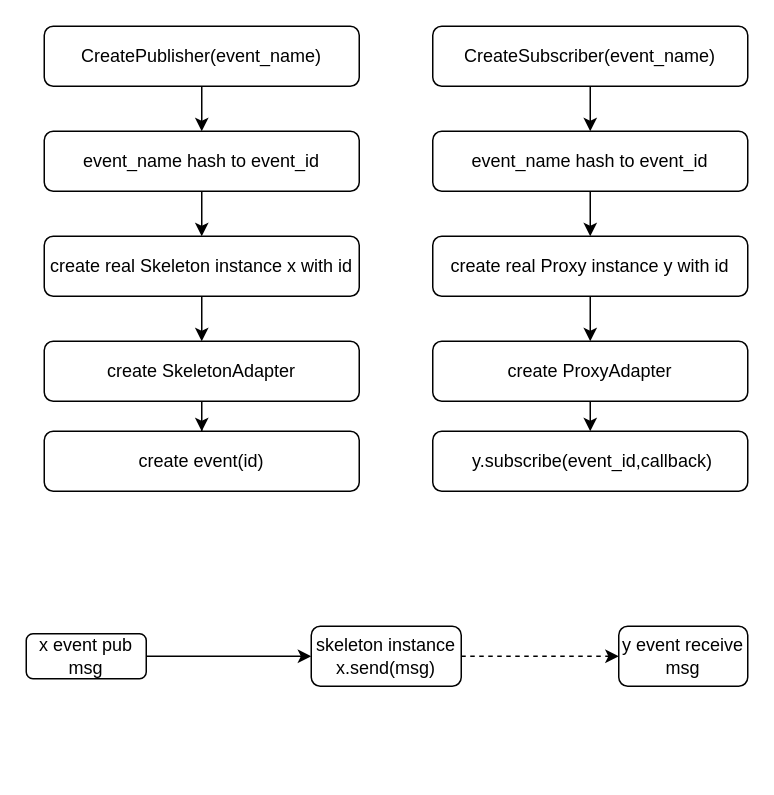
The draw.io diagram 未命名绘图.drawio in edxuanlen/drawio, before the edit. Source tidied: cells renumbered, new cells numbered last; positions are measured from the earlier drawing's top-left corner, leaving out a move shared by most shapes. Both pictures are drawn from the tidied source at 150%, with x=0, y=0 at pixel (26, 26).
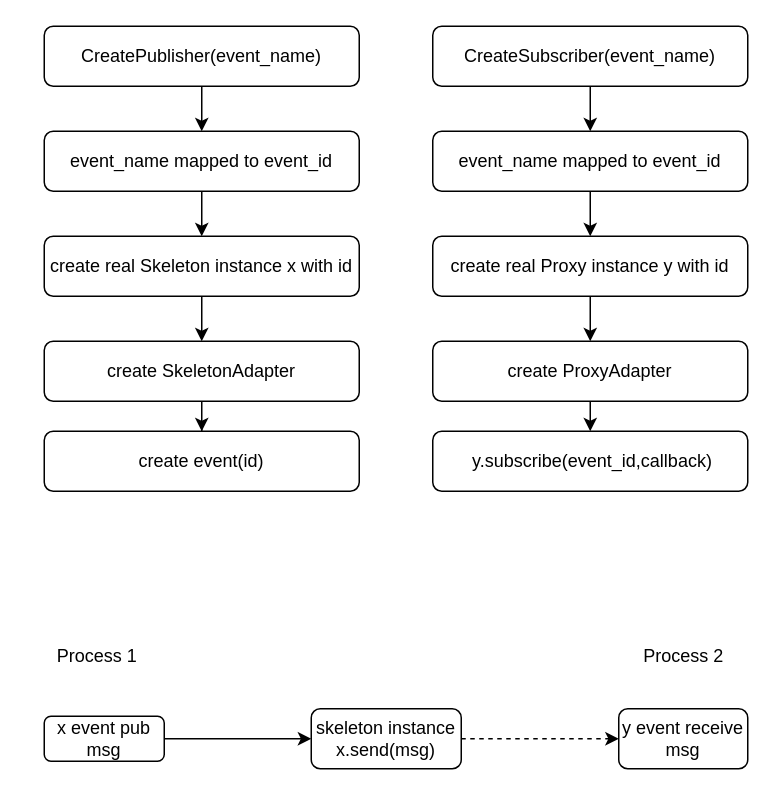
After the change.

Commit message:
更新未命名绘图.drawio

Change to the diagram source:
```diff
@@
-    <mxCell id="5" value="event_name hash to event_id" style="rounded=1;whiteSpace=wrap;html=1;fontSize=12;glass=0;strokeWidth=1;shadow=0;" parent="1" vertex="1">
+    <mxCell id="5" value="event_name mapped to event_id" style="rounded=1;whiteSpace=wrap;html=1;fontSize=12;glass=0;strokeWidth=1;shadow=0;" parent="1" vertex="1">
       <mxGeometry x="12" y="70" width="210" height="40" as="geometry" />
     </mxCell>
@@
-    <mxCell id="13" value="event_name hash to event_id" style="rounded=1;whiteSpace=wrap;html=1;fontSize=12;glass=0;strokeWidth=1;shadow=0;" parent="1" vertex="1">
+    <mxCell id="13" value="event_name mapped&amp;nbsp;to event_id" style="rounded=1;whiteSpace=wrap;html=1;fontSize=12;glass=0;strokeWidth=1;shadow=0;" parent="1" vertex="1">
       <mxGeometry x="271" y="70" width="210" height="40" as="geometry" />
     </mxCell>
@@
     <mxCell id="19" value="x event pub msg" style="rounded=1;whiteSpace=wrap;html=1;" parent="1" vertex="1">
-      <mxGeometry y="405" width="80" height="30" as="geometry" />
+      <mxGeometry x="12" y="460" width="80" height="30" as="geometry" />
     </mxCell>
@@
     <mxCell id="21" value="skeleton instance x.send(msg)" style="rounded=1;whiteSpace=wrap;html=1;" parent="1" vertex="1">
-      <mxGeometry x="190" y="400" width="100" height="40" as="geometry" />
+      <mxGeometry x="190" y="455" width="100" height="40" as="geometry" />
     </mxCell>
     <mxCell id="22" value="y event receive msg" style="rounded=1;whiteSpace=wrap;html=1;" parent="1" vertex="1">
-      <mxGeometry x="395" y="400" width="86" height="40" as="geometry" />
+      <mxGeometry x="395" y="455" width="86" height="40" as="geometry" />
     </mxCell>
@@
+    <mxCell id="25" value="Process 1" style="text;html=1;align=center;verticalAlign=middle;strokeColor=none;fillColor=none;" parent="1" vertex="1">
+      <mxGeometry x="7" y="405" width="80" height="30" as="geometry" />
+    </mxCell>
+    <mxCell id="26" value="Process 2" style="text;html=1;align=center;verticalAlign=middle;strokeColor=none;fillColor=none;" parent="1" vertex="1">
+      <mxGeometry x="398" y="405" width="80" height="30" as="geometry" />
+    </mxCell>
```
